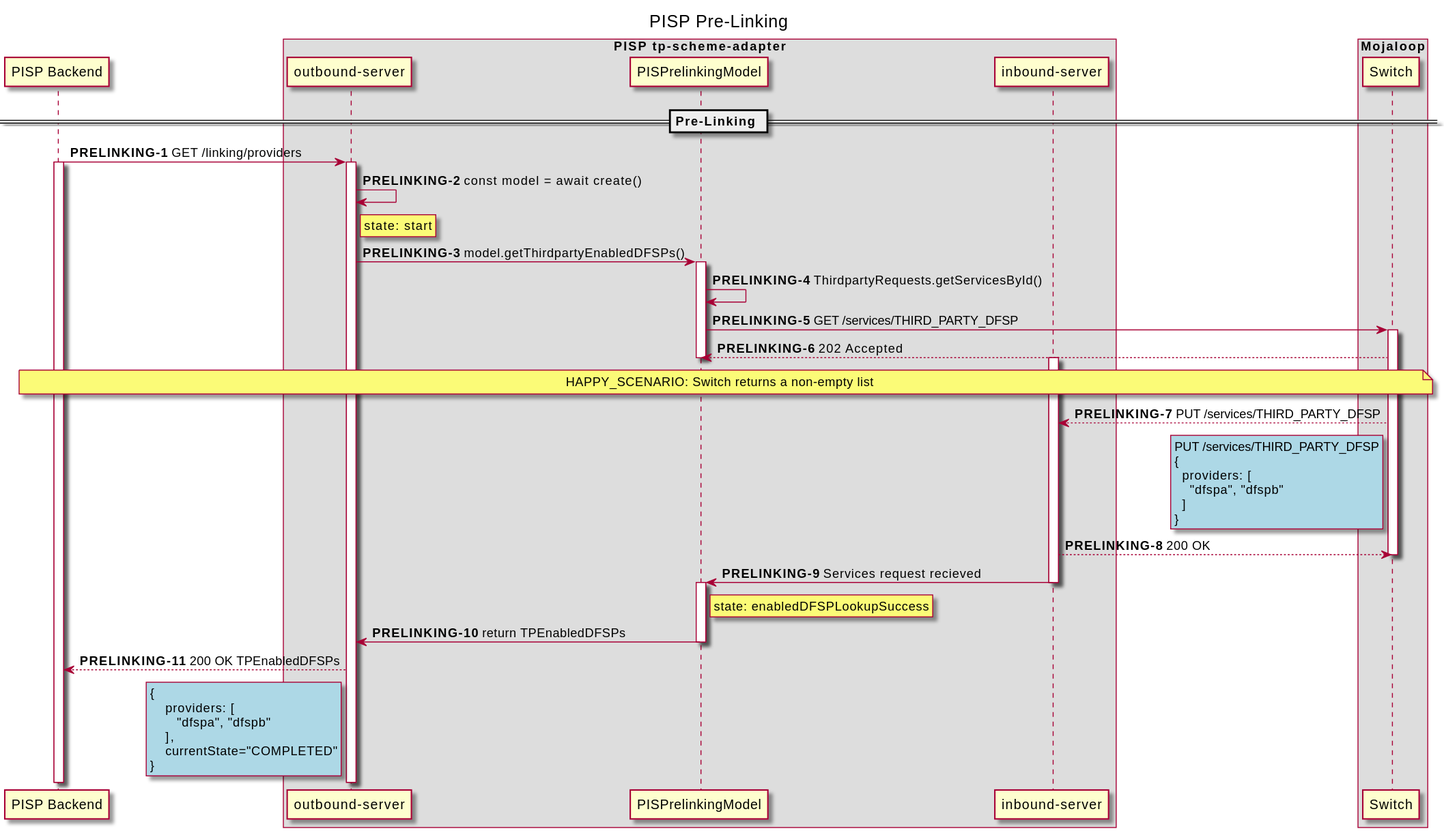
This is out/docs/sequence/PISPPreLinkingApi/PISP Pre-Linking.svg from mojaloop/thirdparty-sdk, a PlantUML export, as it was before one commit.
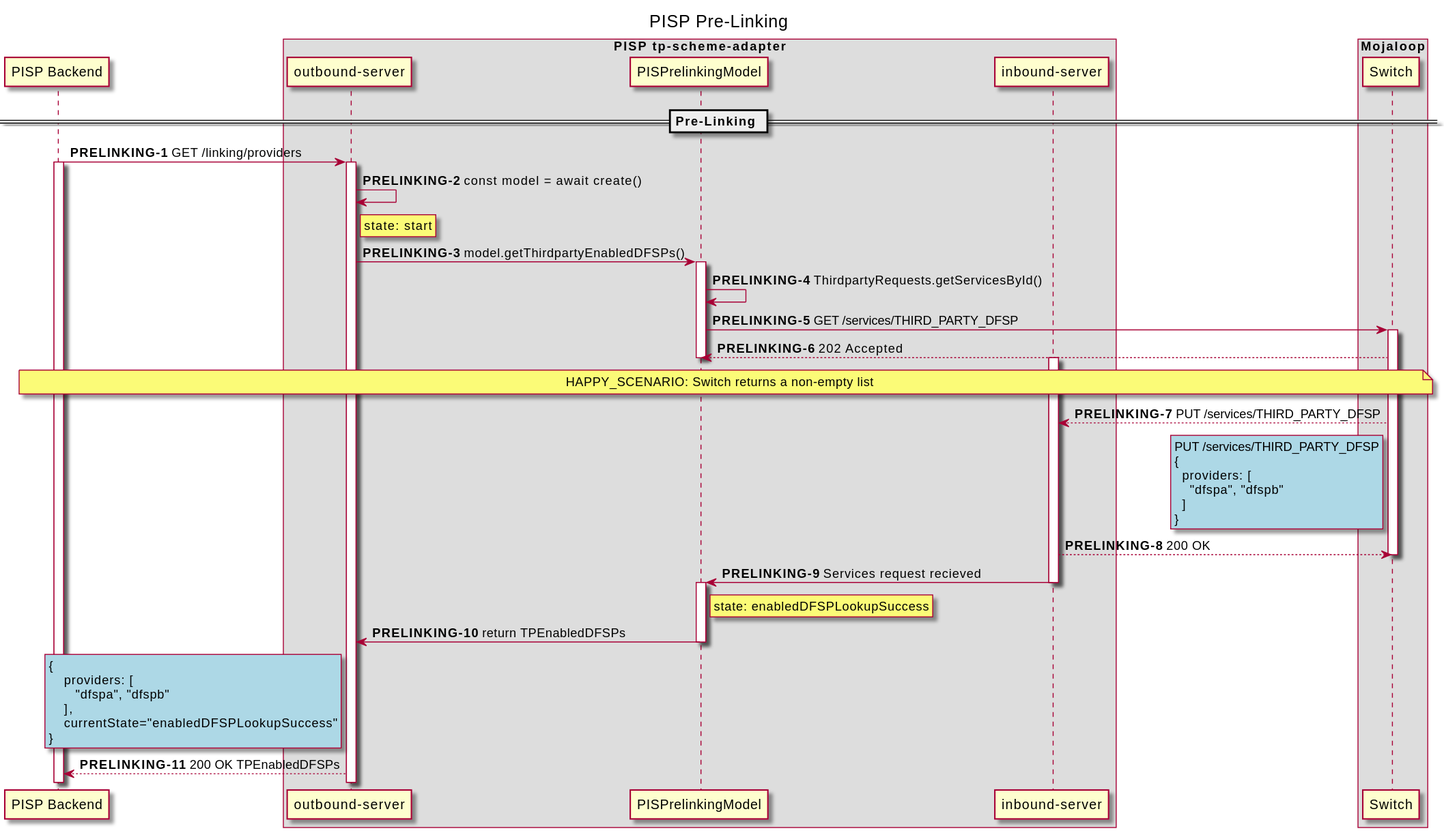
The same diagram one commit later.

Change to the diagram source:
```diff
@@ -61,15 +61,14 @@
 PISP_PLM -> PISP_TP_OUT: return TPEnabledDFSPs
 
 deactivate PISP_PLM
-
-PISP_TP_OUT --> PISP: 200 OK TPEnabledDFSPs
 rnote left of PISP_TP_OUT #LightBlue
 {
     providers: [
        "dfspa", "dfspb"
     ],
-    currentState="COMPLETED"
+    currentState="enabledDFSPLookupSuccess"
 }
 end note
+PISP_TP_OUT --> PISP: 200 OK TPEnabledDFSPs
 
 @enduml
```
